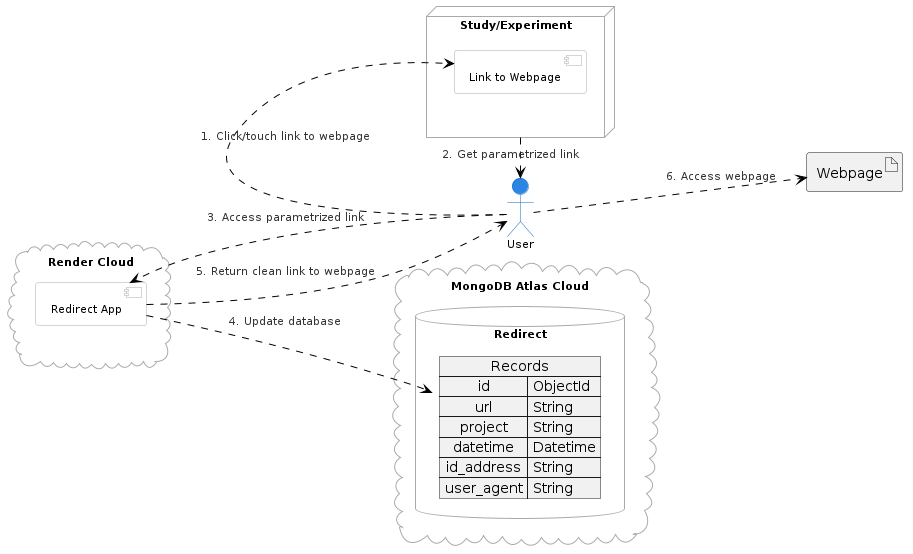
The PlantUML diagram images/architecture.png in amgs/redirect, before a commit.
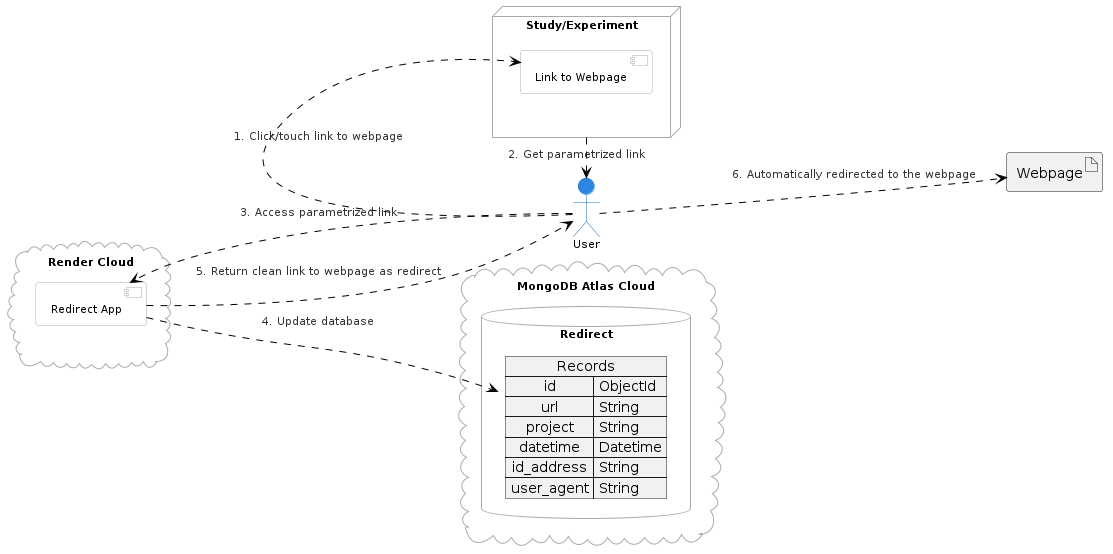
Later version of the same file.

Diff of the diagram source:
```diff
@@ -31,8 +31,8 @@
 StudyApp .> User : 2. Get parametrized link
 User .> App : 3. Access parametrized link
 App .> Records : 4. Update database
-App ..> User : 5. Return clean link to webpage
-User .> Webpage : 6. Access webpage
+App ..> User : 5. Return clean link to webpage as redirect
+User .> Webpage : 6. Automatically redirected to the webpage
 
 StudyApp -[hidden]- Webpage
 Render -[hidden]down- Records
```
